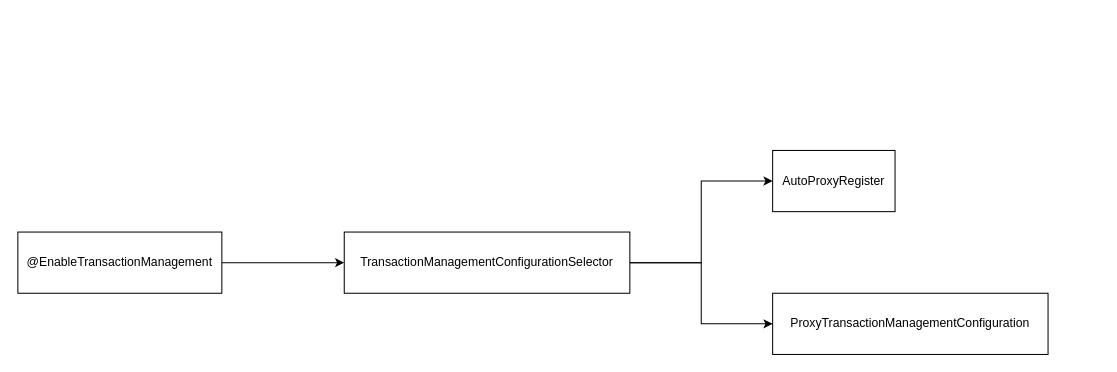
The draw.io diagram Spring事务分析.drawio in linbingxing/mind, before the edit. Source tidied: cells renumbered, new cells numbered last; positions are measured from the earlier drawing's top-left corner, leaving out a move shared by most shapes. Both pictures are drawn from the tidied source at 102%, with x=0, y=0 at pixel (17, 150).
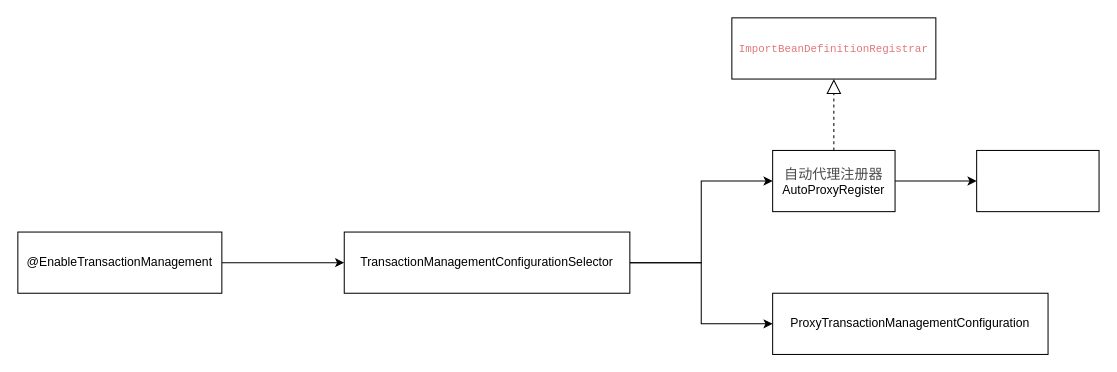
The same diagram, later.

Commit message (it also covers changes not shown here):
更新Spring事务分析.drawio

Change to the diagram source:
```diff
@@
 <mxGraphModel>
   <root>
     <mxCell id="0" />
     <mxCell id="1" parent="0" />
     <mxCell id="2" style="edgeStyle=orthogonalEdgeStyle;rounded=0;jettySize=auto;html=1;" parent="1" edge="1" source="3" target="6">
       <mxGeometry relative="1" as="geometry" />
     </mxCell>
     <mxCell id="3" value="@EnableTransactionManagement" style="rounded=0;whiteSpace=wrap;html=1;" parent="1" vertex="1">
       <mxGeometry y="80" width="200" height="60" as="geometry" />
     </mxCell>
     <mxCell id="4" style="edgeStyle=orthogonalEdgeStyle;rounded=0;jettySize=auto;html=1;entryX=0;entryY=0.5;entryDx=0;entryDy=0;" parent="1" edge="1" source="6" target="7">
       <mxGeometry relative="1" as="geometry" />
     </mxCell>
     <mxCell id="5" style="edgeStyle=orthogonalEdgeStyle;rounded=0;jettySize=auto;html=1;" parent="1" edge="1" source="6" target="8">
       <mxGeometry relative="1" as="geometry" />
     </mxCell>
     <mxCell id="6" value="TransactionManagementConfigurationSelector" style="whiteSpace=wrap;html=1;rounded=0;" parent="1" vertex="1">
       <mxGeometry x="320" y="80" width="280" height="60" as="geometry" />
     </mxCell>
+    <mxCell id="9" style="edgeStyle=orthogonalEdgeStyle;rounded=0;jettySize=auto;html=1;" parent="1" edge="1" source="7" target="12">
+      <mxGeometry relative="1" as="geometry" />
+    </mxCell>
-    <mxCell id="7" value="AutoProxyRegister" style="whiteSpace=wrap;html=1;rounded=0;" parent="1" vertex="1">
+    <mxCell id="7" value="&lt;span style=&quot;color: rgb(77 , 77 , 77) ; font-size: 10.3604pt&quot;&gt;自动代理注册器&lt;/span&gt;AutoProxyRegister" style="whiteSpace=wrap;html=1;rounded=0;" parent="1" vertex="1">
       <mxGeometry x="740" width="120" height="60" as="geometry" />
     </mxCell>
     <mxCell id="8" value="ProxyTransactionManagementConfiguration" style="whiteSpace=wrap;html=1;rounded=0;" parent="1" vertex="1">
       <mxGeometry x="740" y="140" width="270" height="60" as="geometry" />
     </mxCell>
+    <mxCell id="10" style="endArrow=block;dashed=1;endFill=0;endSize=12;html=1;rounded=0;exitX=0.5;exitY=0;exitDx=0;exitDy=0;" parent="1" edge="1" source="7">
+      <mxGeometry relative="1" as="geometry">
+        <mxPoint x="800" y="-70" as="targetPoint" />
+      </mxGeometry>
+    </mxCell>
+    <mxCell id="11" value="&lt;div&gt;&lt;span style=&quot;font-size: 8.00807pt ; font-family: &amp;#34;consolas&amp;#34; ; color: rgb(226 , 119 , 122)&quot;&gt;ImportBeanDefinitionRegistrar&lt;/span&gt;&lt;/div&gt;" style="rounded=0;whiteSpace=wrap;html=1;" parent="1" vertex="1">
+      <mxGeometry x="700" y="-130" width="200" height="60" as="geometry" />
+    </mxCell>
+    <mxCell id="12" style="whiteSpace=wrap;html=1;rounded=0;" parent="1" vertex="1">
+      <mxGeometry x="940" width="120" height="60" as="geometry" />
+    </mxCell>
   </root>
 </mxGraphModel>
```
